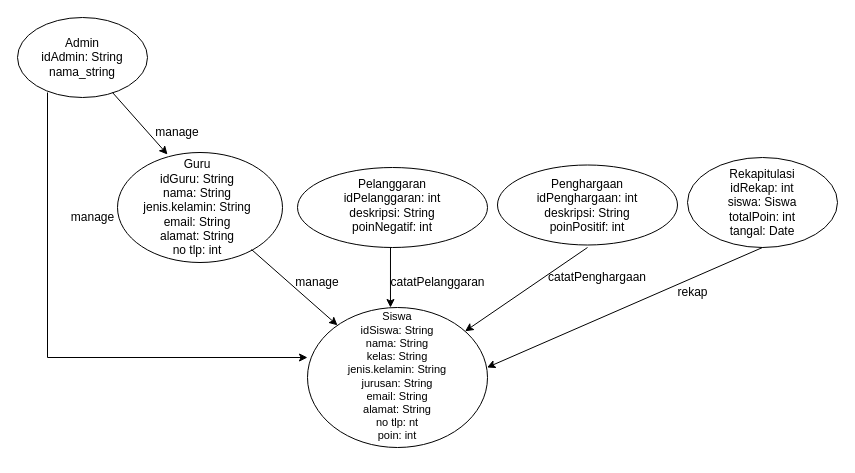
Above: class diagram.drawio in Deriserin/Tefa-poin (draw.io), before the change. Source tidied: cells renumbered, new cells numbered last; positions are measured from the earlier drawing's top-left corner, leaving out a move shared by most shapes. Both pictures are drawn from the tidied source at 100%, with x=0, y=0 at pixel (17, 17).
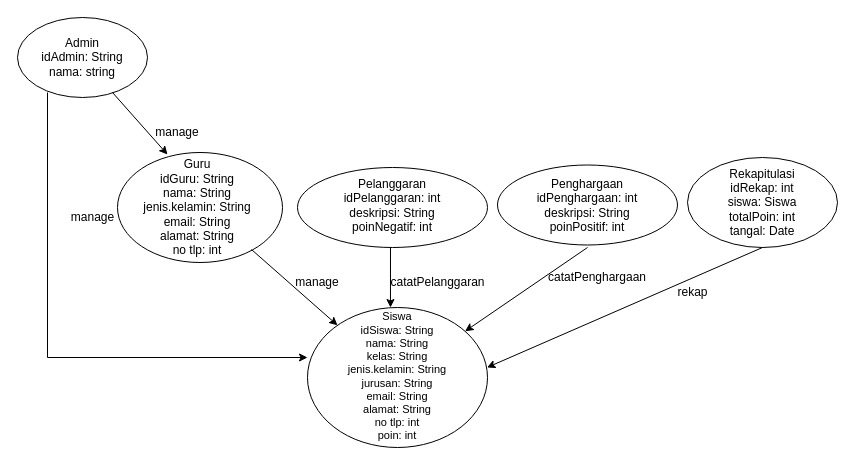
The same page after the edit.

What changed in the source:
```diff
@@
-    <mxCell id="3" value="&lt;font style=&quot;font-size: 11px;&quot;&gt;Siswa&lt;/font&gt;&lt;div style=&quot;font-size: 11px;&quot;&gt;&lt;font style=&quot;font-size: 11px;&quot;&gt;idSiswa: String&lt;/font&gt;&lt;/div&gt;&lt;div style=&quot;font-size: 11px;&quot;&gt;&lt;font style=&quot;font-size: 11px;&quot;&gt;nama: String&lt;/font&gt;&lt;/div&gt;&lt;div style=&quot;font-size: 11px;&quot;&gt;&lt;font style=&quot;font-size: 11px;&quot;&gt;kelas: String&lt;/font&gt;&lt;/div&gt;&lt;div style=&quot;font-size: 11px;&quot;&gt;&lt;font style=&quot;font-size: 11px;&quot;&gt;jenis.kelamin: String&lt;/font&gt;&lt;/div&gt;&lt;div style=&quot;font-size: 11px;&quot;&gt;&lt;font style=&quot;font-size: 11px;&quot;&gt;jurusan: String&lt;/font&gt;&lt;/div&gt;&lt;div style=&quot;font-size: 11px;&quot;&gt;&lt;font style=&quot;font-size: 11px;&quot;&gt;email: String&lt;/font&gt;&lt;/div&gt;&lt;div style=&quot;font-size: 11px;&quot;&gt;&lt;font style=&quot;font-size: 11px;&quot;&gt;alamat: String&lt;/font&gt;&lt;/div&gt;&lt;div style=&quot;font-size: 11px;&quot;&gt;&lt;font style=&quot;font-size: 11px;&quot;&gt;no tlp: nt&lt;/font&gt;&lt;/div&gt;&lt;div style=&quot;font-size: 11px;&quot;&gt;&lt;font style=&quot;font-size: 11px;&quot;&gt;poin: int&lt;/font&gt;&lt;/div&gt;&lt;div style=&quot;font-size: 11px;&quot;&gt;&lt;font style=&quot;font-size: 11px;&quot;&gt;&lt;br&gt;&lt;/font&gt;&lt;/div&gt;" style="text;html=1;align=center;verticalAlign=middle;whiteSpace=wrap;rounded=0;" parent="1" vertex="1">
+    <mxCell id="3" value="&lt;font style=&quot;font-size: 11px;&quot;&gt;Siswa&lt;/font&gt;&lt;div style=&quot;font-size: 11px;&quot;&gt;&lt;font style=&quot;font-size: 11px;&quot;&gt;idSiswa: String&lt;/font&gt;&lt;/div&gt;&lt;div style=&quot;font-size: 11px;&quot;&gt;&lt;font style=&quot;font-size: 11px;&quot;&gt;nama: String&lt;/font&gt;&lt;/div&gt;&lt;div style=&quot;font-size: 11px;&quot;&gt;&lt;font style=&quot;font-size: 11px;&quot;&gt;kelas: String&lt;/font&gt;&lt;/div&gt;&lt;div style=&quot;font-size: 11px;&quot;&gt;&lt;font style=&quot;font-size: 11px;&quot;&gt;jenis.kelamin: String&lt;/font&gt;&lt;/div&gt;&lt;div style=&quot;font-size: 11px;&quot;&gt;&lt;font style=&quot;font-size: 11px;&quot;&gt;jurusan: String&lt;/font&gt;&lt;/div&gt;&lt;div style=&quot;font-size: 11px;&quot;&gt;&lt;font style=&quot;font-size: 11px;&quot;&gt;email: String&lt;/font&gt;&lt;/div&gt;&lt;div style=&quot;font-size: 11px;&quot;&gt;&lt;font style=&quot;font-size: 11px;&quot;&gt;alamat: String&lt;/font&gt;&lt;/div&gt;&lt;div style=&quot;font-size: 11px;&quot;&gt;&lt;font style=&quot;font-size: 11px;&quot;&gt;no tlp: int&lt;/font&gt;&lt;/div&gt;&lt;div style=&quot;font-size: 11px;&quot;&gt;&lt;font style=&quot;font-size: 11px;&quot;&gt;poin: int&lt;/font&gt;&lt;/div&gt;&lt;div style=&quot;font-size: 11px;&quot;&gt;&lt;font style=&quot;font-size: 11px;&quot;&gt;&lt;br&gt;&lt;/font&gt;&lt;/div&gt;" style="text;html=1;align=center;verticalAlign=middle;whiteSpace=wrap;rounded=0;" parent="1" vertex="1">
       <mxGeometry x="201" y="350" width="358" height="30" as="geometry" />
     </mxCell>
@@
-    <mxCell id="10" value="Admin&lt;div&gt;idAdmin: String&lt;/div&gt;&lt;div&gt;nama_string&lt;/div&gt;" style="text;html=1;align=center;verticalAlign=middle;whiteSpace=wrap;rounded=0;" parent="1" vertex="1">
+    <mxCell id="10" value="Admin&lt;div&gt;idAdmin: String&lt;/div&gt;&lt;div&gt;nama: string&lt;/div&gt;" style="text;html=1;align=center;verticalAlign=middle;whiteSpace=wrap;rounded=0;" parent="1" vertex="1">
       <mxGeometry x="15" y="17.5" width="100" height="45" as="geometry" />
     </mxCell>
```
